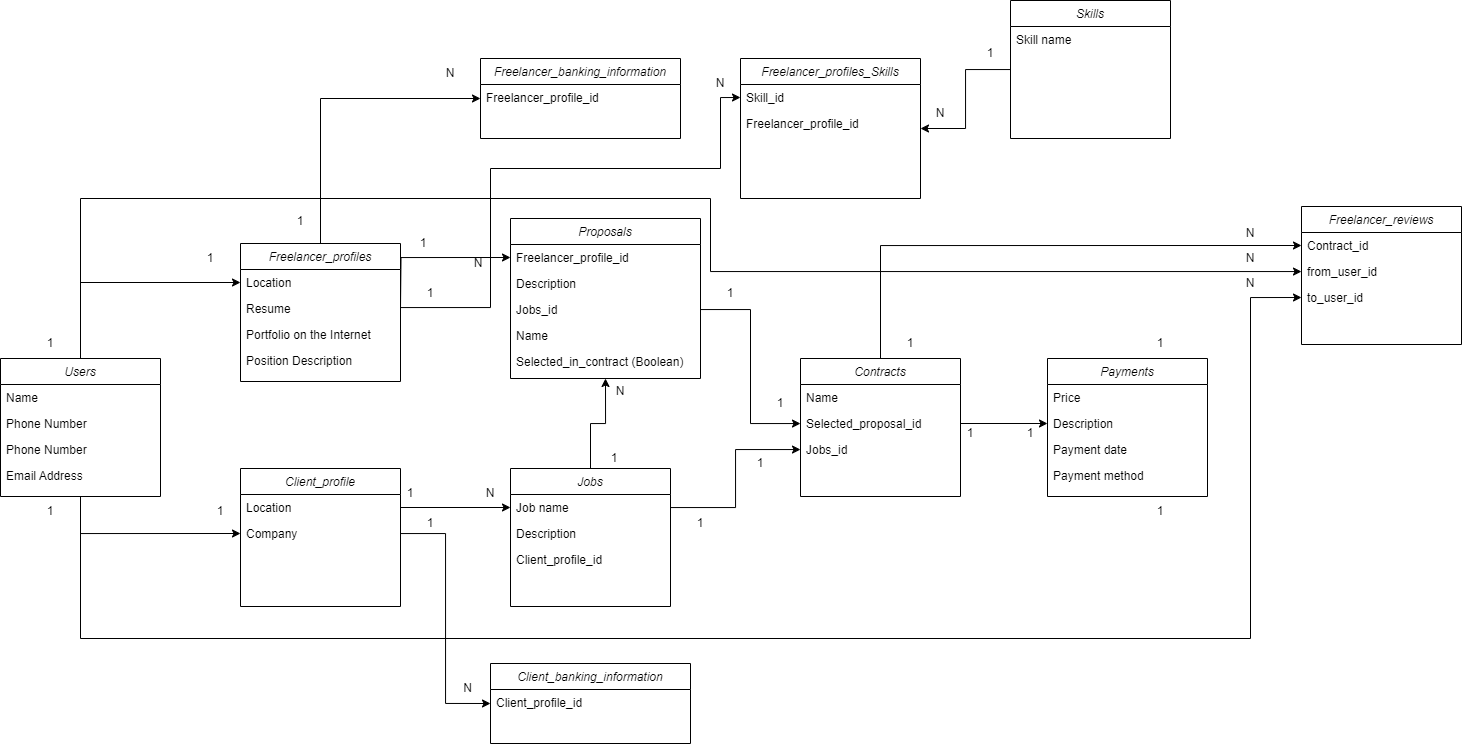
Yepavlov/Freelance_platform keeps this draw.io diagram as docs/db_schema.drawio.png. Above is the earlier version. Source tidied: cells renumbered, new cells last; positions are measured from the earlier drawing's top-left corner, leaving out a move shared by most shapes.
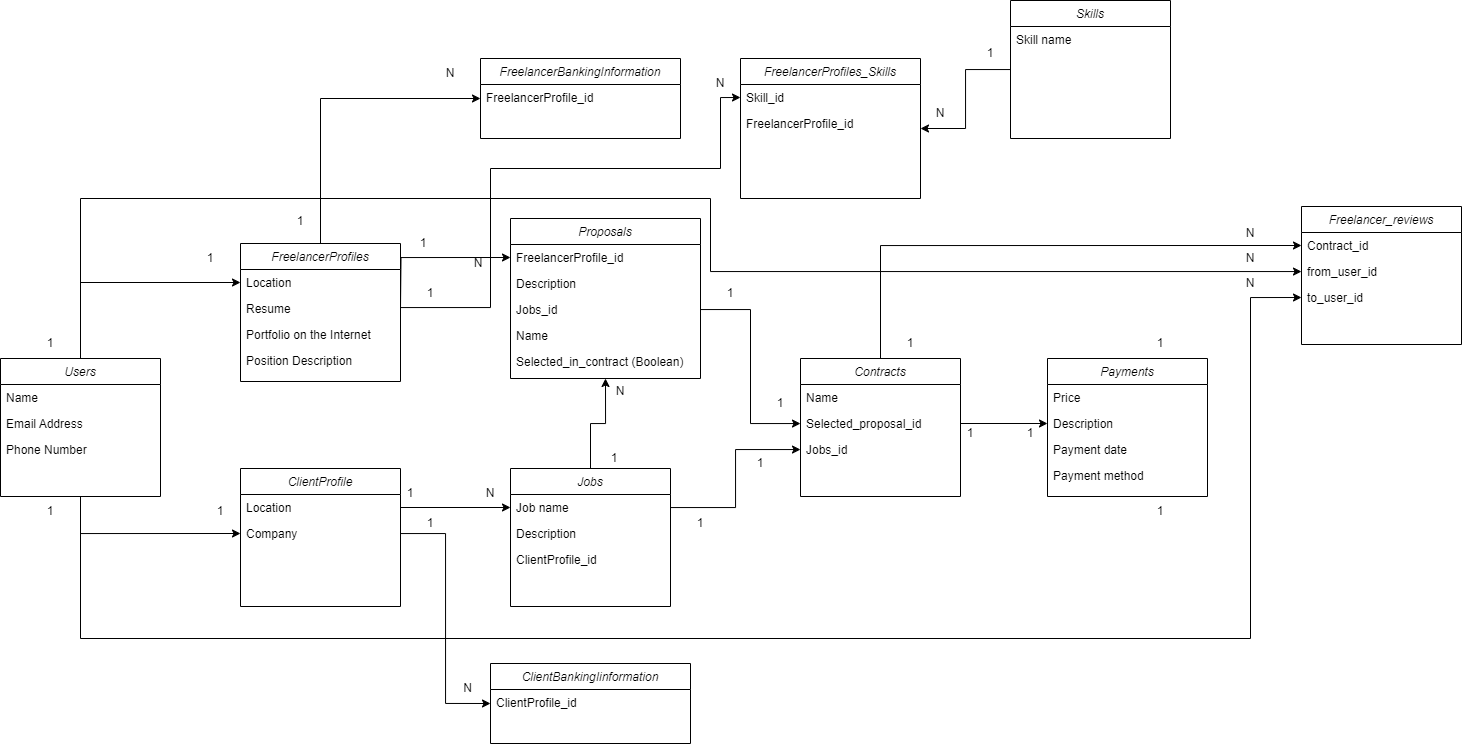
After the commit.

Diff of the diagram source:
```diff
@@ -18,19 +18,19 @@
         <mxPoint x="400" y="307.1" as="sourcePoint" />
       </mxGeometry>
     </mxCell>
-    <mxCell id="4" value="Freelancer_profiles_Skills" style="swimlane;fontStyle=2;align=center;verticalAlign=top;horizontal=1;startSize=26;rounded=0;shadow=0;strokeWidth=1;" parent="1" vertex="1">
+    <mxCell id="4" value="FreelancerProfiles_Skills" style="swimlane;fontStyle=2;align=center;verticalAlign=top;horizontal=1;startSize=26;rounded=0;shadow=0;strokeWidth=1;" parent="1" vertex="1">
       <mxGeometry x="740" y="58" width="180" height="140" as="geometry" />
     </mxCell>
     <mxCell id="5" value="Skill_id" style="text;align=left;verticalAlign=top;spacingLeft=4;spacingRight=4;overflow=hidden;points=[[0,0.5],[1,0.5]];portConstraint=eastwest;" parent="4" vertex="1">
       <mxGeometry y="26" width="180" height="26" as="geometry" />
     </mxCell>
-    <mxCell id="6" value="Freelancer_profile_id" style="text;align=left;verticalAlign=top;spacingLeft=4;spacingRight=4;overflow=hidden;" parent="4" vertex="1">
+    <mxCell id="6" value="FreelancerProfile_id" style="text;align=left;verticalAlign=top;spacingLeft=4;spacingRight=4;overflow=hidden;" parent="4" vertex="1">
       <mxGeometry y="52" width="180" height="26" as="geometry" />
     </mxCell>
     <mxCell id="7" style="edgeStyle=orthogonalEdgeStyle;rounded=0;jettySize=auto;html=1;exitX=0.5;exitY=0;exitDx=0;exitDy=0;entryX=0;entryY=0.5;entryDx=0;entryDy=0;" parent="1" edge="1" source="8" target="16">
       <mxGeometry relative="1" as="geometry" />
     </mxCell>
-    <mxCell id="8" value="Freelancer_profiles" style="swimlane;fontStyle=2;align=center;verticalAlign=top;horizontal=1;startSize=26;rounded=0;shadow=0;strokeWidth=1;" parent="1" vertex="1">
+    <mxCell id="8" value="FreelancerProfiles" style="swimlane;fontStyle=2;align=center;verticalAlign=top;horizontal=1;startSize=26;rounded=0;shadow=0;strokeWidth=1;" parent="1" vertex="1">
       <mxGeometry x="240" y="243" width="160" height="138" as="geometry" />
     </mxCell>
     <mxCell id="9" value="Location" style="text;align=left;verticalAlign=top;spacingLeft=4;spacingRight=4;overflow=hidden;points=[[0,0.5],[1,0.5]];portConstraint=eastwest;" parent="8" vertex="1">
@@ -45,7 +45,7 @@
     <mxCell id="12" value="Position Description" style="text;align=left;verticalAlign=top;spacingLeft=4;spacingRight=4;overflow=hidden;rounded=0;shadow=0;html=0;" parent="8" vertex="1">
       <mxGeometry y="104" width="160" height="26" as="geometry" />
     </mxCell>
-    <mxCell id="13" value="Client_profile" style="swimlane;fontStyle=2;align=center;verticalAlign=top;horizontal=1;startSize=26;rounded=0;shadow=0;strokeWidth=1;" parent="1" vertex="1">
+    <mxCell id="13" value="ClientProfile" style="swimlane;fontStyle=2;align=center;verticalAlign=top;horizontal=1;startSize=26;rounded=0;shadow=0;strokeWidth=1;" parent="1" vertex="1">
       <mxGeometry x="240" y="468" width="160" height="138" as="geometry" />
     </mxCell>
     <mxCell id="14" value="Location" style="text;align=left;verticalAlign=top;spacingLeft=4;spacingRight=4;overflow=hidden;points=[[0,0.5],[1,0.5]];portConstraint=eastwest;" parent="13" vertex="1">
@@ -54,10 +54,10 @@
     <mxCell id="15" value="Company" style="text;align=left;verticalAlign=top;spacingLeft=4;spacingRight=4;overflow=hidden;points=[[0,0.5],[1,0.5]];portConstraint=eastwest;rounded=0;shadow=0;html=0;" parent="13" vertex="1">
       <mxGeometry y="52" width="160" height="26" as="geometry" />
     </mxCell>
-    <mxCell id="16" value="Freelancer_banking_information" style="swimlane;fontStyle=2;align=center;verticalAlign=top;horizontal=1;startSize=26;rounded=0;shadow=0;strokeWidth=1;" parent="1" vertex="1">
+    <mxCell id="16" value="FreelancerBankingInformation" style="swimlane;fontStyle=2;align=center;verticalAlign=top;horizontal=1;startSize=26;rounded=0;shadow=0;strokeWidth=1;" parent="1" vertex="1">
       <mxGeometry x="480" y="58" width="200" height="80" as="geometry" />
     </mxCell>
-    <mxCell id="17" value="Freelancer_profile_id" style="text;align=left;verticalAlign=top;spacingLeft=4;spacingRight=4;overflow=hidden;" parent="16" vertex="1">
+    <mxCell id="17" value="FreelancerProfile_id" style="text;align=left;verticalAlign=top;spacingLeft=4;spacingRight=4;overflow=hidden;" parent="16" vertex="1">
       <mxGeometry y="26" width="200" height="26" as="geometry" />
     </mxCell>
     <mxCell id="18" style="edgeStyle=orthogonalEdgeStyle;rounded=0;jettySize=auto;html=1;exitX=0.5;exitY=0;exitDx=0;exitDy=0;entryX=0.5;entryY=1;entryDx=0;entryDy=0;" parent="1" edge="1" source="19" target="23">
@@ -72,13 +72,13 @@
     <mxCell id="21" value="Description" style="text;align=left;verticalAlign=top;spacingLeft=4;spacingRight=4;overflow=hidden;" parent="19" vertex="1">
       <mxGeometry y="52" width="160" height="26" as="geometry" />
     </mxCell>
-    <mxCell id="22" value="Client_profile_id" style="text;align=left;verticalAlign=top;spacingLeft=4;spacingRight=4;overflow=hidden;" parent="19" vertex="1">
+    <mxCell id="22" value="ClientProfile_id" style="text;align=left;verticalAlign=top;spacingLeft=4;spacingRight=4;overflow=hidden;" parent="19" vertex="1">
       <mxGeometry y="78" width="160" height="26" as="geometry" />
     </mxCell>
     <mxCell id="23" value="Proposals" style="swimlane;fontStyle=2;align=center;verticalAlign=top;horizontal=1;startSize=26;rounded=0;shadow=0;strokeWidth=1;" parent="1" vertex="1">
       <mxGeometry x="510" y="218" width="190" height="160" as="geometry" />
     </mxCell>
-    <mxCell id="24" value="Freelancer_profile_id" style="text;align=left;verticalAlign=top;spacingLeft=4;spacingRight=4;overflow=hidden;points=[[0,0.5],[1,0.5]];portConstraint=eastwest;" parent="23" vertex="1">
+    <mxCell id="24" value="FreelancerProfile_id" style="text;align=left;verticalAlign=top;spacingLeft=4;spacingRight=4;overflow=hidden;points=[[0,0.5],[1,0.5]];portConstraint=eastwest;" parent="23" vertex="1">
       <mxGeometry y="26" width="190" height="26" as="geometry" />
     </mxCell>
     <mxCell id="25" value="Description" style="text;align=left;verticalAlign=top;spacingLeft=4;spacingRight=4;overflow=hidden;" parent="23" vertex="1">
@@ -108,10 +108,10 @@
     <mxCell id="33" value="Jobs_id" style="text;align=left;verticalAlign=top;spacingLeft=4;spacingRight=4;overflow=hidden;points=[[0,0.5],[1,0.5]];portConstraint=eastwest;" parent="30" vertex="1">
       <mxGeometry y="78" width="160" height="26" as="geometry" />
     </mxCell>
-    <mxCell id="34" value="Client_banking_information" style="swimlane;fontStyle=2;align=center;verticalAlign=top;horizontal=1;startSize=26;rounded=0;shadow=0;strokeWidth=1;" parent="1" vertex="1">
+    <mxCell id="34" value="ClientBankingIinformation" style="swimlane;fontStyle=2;align=center;verticalAlign=top;horizontal=1;startSize=26;rounded=0;shadow=0;strokeWidth=1;" parent="1" vertex="1">
       <mxGeometry x="490" y="663" width="200" height="80" as="geometry" />
     </mxCell>
-    <mxCell id="35" value="Client_profile_id" style="text;align=left;verticalAlign=top;spacingLeft=4;spacingRight=4;overflow=hidden;" parent="34" vertex="1">
+    <mxCell id="35" value="ClientProfile_id" style="text;align=left;verticalAlign=top;spacingLeft=4;spacingRight=4;overflow=hidden;" parent="34" vertex="1">
       <mxGeometry y="26" width="200" height="26" as="geometry" />
     </mxCell>
     <mxCell id="36" value="Payments" style="swimlane;fontStyle=2;align=center;verticalAlign=top;horizontal=1;startSize=26;rounded=0;shadow=0;strokeWidth=1;" parent="1" vertex="1">
@@ -204,15 +204,12 @@
     <mxCell id="65" value="Name" style="text;align=left;verticalAlign=top;spacingLeft=4;spacingRight=4;overflow=hidden;" parent="64" vertex="1">
       <mxGeometry y="26" width="160" height="26" as="geometry" />
     </mxCell>
-    <mxCell id="66" value="Phone Number" style="text;align=left;verticalAlign=top;spacingLeft=4;spacingRight=4;overflow=hidden;rounded=0;shadow=0;html=0;" parent="64" vertex="1">
-      <mxGeometry y="52" width="160" height="26" as="geometry" />
-    </mxCell>
+    <mxCell id="68" value="Email Address" style="text;align=left;verticalAlign=top;spacingLeft=4;spacingRight=4;overflow=hidden;rounded=0;shadow=0;html=0;" parent="64" vertex="1">
+      <mxGeometry y="52" width="160" height="26" as="geometry" />
+    </mxCell>
     <mxCell id="67" value="Phone Number" style="text;align=left;verticalAlign=top;spacingLeft=4;spacingRight=4;overflow=hidden;rounded=0;shadow=0;html=0;" parent="64" vertex="1">
       <mxGeometry y="78" width="160" height="26" as="geometry" />
     </mxCell>
-    <mxCell id="68" value="Email Address" style="text;align=left;verticalAlign=top;spacingLeft=4;spacingRight=4;overflow=hidden;rounded=0;shadow=0;html=0;" parent="64" vertex="1">
-      <mxGeometry y="104" width="160" height="26" as="geometry" />
-    </mxCell>
     <mxCell id="69" style="edgeStyle=orthogonalEdgeStyle;rounded=0;jettySize=auto;html=1;exitX=1;exitY=0.75;exitDx=0;exitDy=0;entryX=0;entryY=0.5;entryDx=0;entryDy=0;" parent="1" edge="1" source="70" target="44">
       <mxGeometry relative="1" as="geometry">
         <Array as="points">
```
